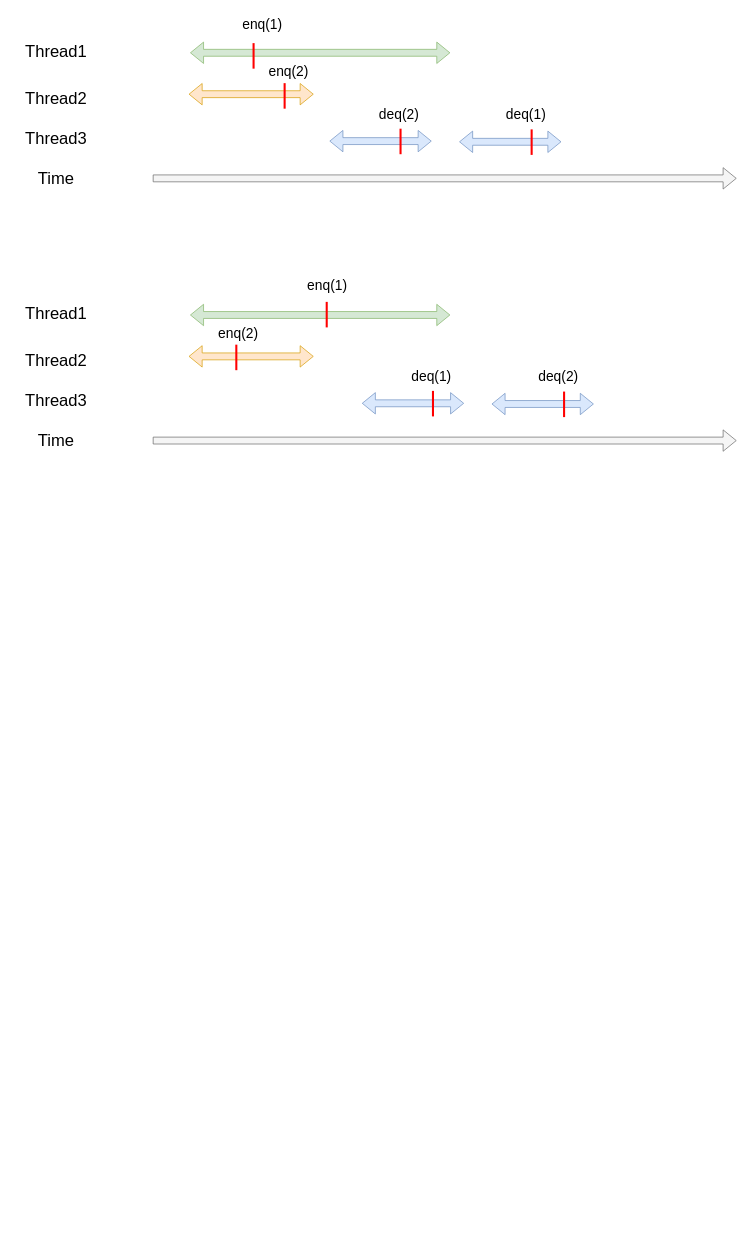
This is concurrent.drawio from happy-lx/drawio, a draw.io file, before an edit. Source tidied: cells renumbered, new cells numbered last; positions are measured from the earlier drawing's top-left corner, leaving out a move shared by most shapes. Both pictures are drawn from the tidied source at 69%, with x=0, y=0 at pixel (27, 12).
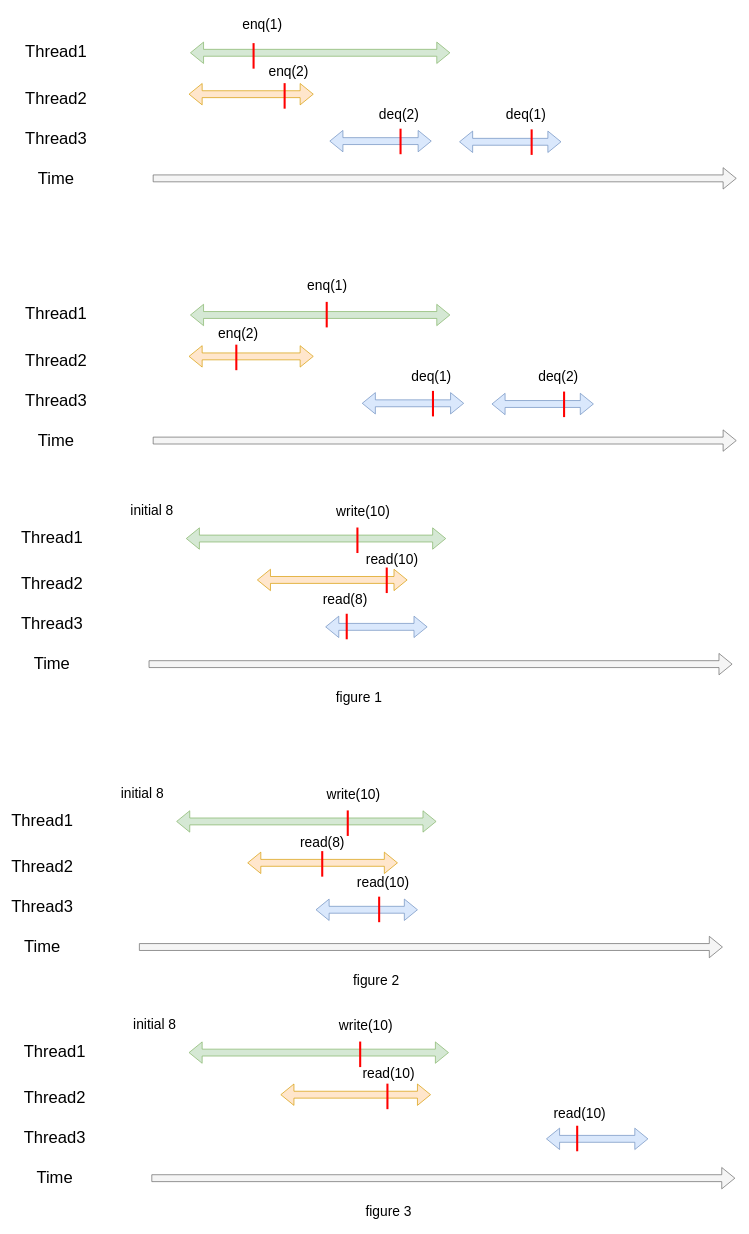
The same diagram, later.

Change to the diagram source:
```diff
@@
+    <mxCell id="36" style="shape=flexArrow;endArrow=classic;startArrow=classic;html=1;fillColor=#d5e8d4;strokeColor=#82b366;" parent="1" edge="1">
+      <mxGeometry relative="1" as="geometry">
+        <mxPoint x="230" y="763" as="sourcePoint" />
+        <mxPoint x="607" y="763" as="targetPoint" />
+      </mxGeometry>
+    </mxCell>
+    <mxCell id="37" style="shape=flexArrow;endArrow=classic;html=1;fillColor=#f5f5f5;strokeColor=#666666;" parent="1" edge="1">
+      <mxGeometry relative="1" as="geometry">
+        <mxPoint x="176" y="945" as="sourcePoint" />
+        <mxPoint x="1022" y="945" as="targetPoint" />
+      </mxGeometry>
+    </mxCell>
+    <mxCell id="38" style="shape=flexArrow;endArrow=classic;startArrow=classic;html=1;fillColor=#ffe6cc;strokeColor=#d79b00;" parent="1" edge="1">
+      <mxGeometry relative="1" as="geometry">
+        <mxPoint x="333" y="823" as="sourcePoint" />
+        <mxPoint x="551" y="823" as="targetPoint" />
+      </mxGeometry>
+    </mxCell>
+    <mxCell id="39" style="shape=flexArrow;endArrow=classic;startArrow=classic;html=1;fillColor=#dae8fc;strokeColor=#6c8ebf;" parent="1" edge="1">
+      <mxGeometry relative="1" as="geometry">
+        <mxPoint x="432" y="891" as="sourcePoint" />
+        <mxPoint x="580" y="891" as="targetPoint" />
+      </mxGeometry>
+    </mxCell>
+    <mxCell id="40" value="&lt;font style=&quot;font-size: 24px&quot;&gt;Thread1&lt;/font&gt;" style="text;html=1;strokeColor=none;fillColor=none;align=center;verticalAlign=middle;whiteSpace=wrap;rounded=0;" parent="1" vertex="1">
+      <mxGeometry x="-6" y="743" width="84" height="38" as="geometry" />
+    </mxCell>
+    <mxCell id="41" value="&lt;font style=&quot;font-size: 24px&quot;&gt;Thread2&lt;/font&gt;" style="text;html=1;strokeColor=none;fillColor=none;align=center;verticalAlign=middle;whiteSpace=wrap;rounded=0;" parent="1" vertex="1">
+      <mxGeometry x="-6" y="810" width="84" height="38" as="geometry" />
+    </mxCell>
+    <mxCell id="42" value="&lt;font style=&quot;font-size: 24px&quot;&gt;Thread3&lt;/font&gt;" style="text;html=1;strokeColor=none;fillColor=none;align=center;verticalAlign=middle;whiteSpace=wrap;rounded=0;" parent="1" vertex="1">
+      <mxGeometry x="-6" y="868" width="84" height="38" as="geometry" />
+    </mxCell>
+    <mxCell id="43" value="&lt;font style=&quot;font-size: 24px&quot;&gt;Time&lt;/font&gt;" style="text;html=1;strokeColor=none;fillColor=none;align=center;verticalAlign=middle;whiteSpace=wrap;rounded=0;" parent="1" vertex="1">
+      <mxGeometry x="-6" y="926" width="84" height="38" as="geometry" />
+    </mxCell>
+    <mxCell id="44" style="endArrow=none;html=1;fillColor=#f8cecc;strokeColor=#FF0000;strokeWidth=3;" parent="1" edge="1">
+      <mxGeometry relative="1" as="geometry">
+        <mxPoint x="521" y="842" as="sourcePoint" />
+        <mxPoint x="521" y="805" as="targetPoint" />
+      </mxGeometry>
+    </mxCell>
+    <mxCell id="45" style="endArrow=none;html=1;fillColor=#f8cecc;strokeColor=#FF0000;strokeWidth=3;" parent="1" edge="1">
+      <mxGeometry relative="1" as="geometry">
+        <mxPoint x="478.5" y="784" as="sourcePoint" />
+        <mxPoint x="478.5" y="747" as="targetPoint" />
+      </mxGeometry>
+    </mxCell>
+    <mxCell id="46" style="endArrow=none;html=1;fillColor=#f8cecc;strokeColor=#FF0000;strokeWidth=3;" parent="1" edge="1">
+      <mxGeometry relative="1" as="geometry">
+        <mxPoint x="463" y="909" as="sourcePoint" />
+        <mxPoint x="463" y="872" as="targetPoint" />
+      </mxGeometry>
+    </mxCell>
+    <mxCell id="47" value="&lt;font style=&quot;font-size: 20px&quot;&gt;write(10)&lt;/font&gt;" style="text;html=1;strokeColor=none;fillColor=none;align=center;verticalAlign=middle;whiteSpace=wrap;rounded=0;" parent="1" vertex="1">
+      <mxGeometry x="449" y="706" width="76" height="34" as="geometry" />
+    </mxCell>
+    <mxCell id="48" value="&lt;font style=&quot;font-size: 20px&quot;&gt;read(10)&lt;/font&gt;" style="text;html=1;strokeColor=none;fillColor=none;align=center;verticalAlign=middle;whiteSpace=wrap;rounded=0;" parent="1" vertex="1">
+      <mxGeometry x="491" y="776" width="76" height="34" as="geometry" />
+    </mxCell>
+    <mxCell id="49" value="&lt;font style=&quot;font-size: 20px&quot;&gt;read(8)&lt;/font&gt;" style="text;html=1;strokeColor=none;fillColor=none;align=center;verticalAlign=middle;whiteSpace=wrap;rounded=0;" parent="1" vertex="1">
+      <mxGeometry x="423" y="834" width="76" height="34" as="geometry" />
+    </mxCell>
+    <mxCell id="50" value="&lt;font style=&quot;font-size: 20px&quot;&gt;initial 8&lt;/font&gt;" style="text;html=1;strokeColor=none;fillColor=none;align=center;verticalAlign=middle;whiteSpace=wrap;rounded=0;" parent="1" vertex="1">
+      <mxGeometry x="143" y="704" width="76" height="34" as="geometry" />
+    </mxCell>
+    <mxCell id="51" style="shape=flexArrow;endArrow=classic;startArrow=classic;html=1;fillColor=#d5e8d4;strokeColor=#82b366;" parent="1" edge="1">
+      <mxGeometry relative="1" as="geometry">
+        <mxPoint x="216" y="1173" as="sourcePoint" />
+        <mxPoint x="593" y="1173" as="targetPoint" />
+      </mxGeometry>
+    </mxCell>
+    <mxCell id="52" style="shape=flexArrow;endArrow=classic;html=1;fillColor=#f5f5f5;strokeColor=#666666;" parent="1" edge="1">
+      <mxGeometry relative="1" as="geometry">
+        <mxPoint x="162" y="1355" as="sourcePoint" />
+        <mxPoint x="1008" y="1355" as="targetPoint" />
+      </mxGeometry>
+    </mxCell>
+    <mxCell id="53" style="shape=flexArrow;endArrow=classic;startArrow=classic;html=1;fillColor=#ffe6cc;strokeColor=#d79b00;" parent="1" edge="1">
+      <mxGeometry relative="1" as="geometry">
+        <mxPoint x="319" y="1233" as="sourcePoint" />
+        <mxPoint x="537" y="1233" as="targetPoint" />
+      </mxGeometry>
+    </mxCell>
+    <mxCell id="54" style="shape=flexArrow;endArrow=classic;startArrow=classic;html=1;fillColor=#dae8fc;strokeColor=#6c8ebf;" parent="1" edge="1">
+      <mxGeometry relative="1" as="geometry">
+        <mxPoint x="418" y="1301" as="sourcePoint" />
+        <mxPoint x="566" y="1301" as="targetPoint" />
+      </mxGeometry>
+    </mxCell>
+    <mxCell id="55" value="&lt;font style=&quot;font-size: 24px&quot;&gt;Thread1&lt;/font&gt;" style="text;html=1;strokeColor=none;fillColor=none;align=center;verticalAlign=middle;whiteSpace=wrap;rounded=0;" parent="1" vertex="1">
+      <mxGeometry x="-20" y="1153" width="84" height="38" as="geometry" />
+    </mxCell>
+    <mxCell id="56" value="&lt;font style=&quot;font-size: 24px&quot;&gt;Thread2&lt;/font&gt;" style="text;html=1;strokeColor=none;fillColor=none;align=center;verticalAlign=middle;whiteSpace=wrap;rounded=0;" parent="1" vertex="1">
+      <mxGeometry x="-20" y="1220" width="84" height="38" as="geometry" />
+    </mxCell>
+    <mxCell id="57" value="&lt;font style=&quot;font-size: 24px&quot;&gt;Thread3&lt;/font&gt;" style="text;html=1;strokeColor=none;fillColor=none;align=center;verticalAlign=middle;whiteSpace=wrap;rounded=0;" parent="1" vertex="1">
+      <mxGeometry x="-20" y="1278" width="84" height="38" as="geometry" />
+    </mxCell>
+    <mxCell id="58" value="&lt;font style=&quot;font-size: 24px&quot;&gt;Time&lt;/font&gt;" style="text;html=1;strokeColor=none;fillColor=none;align=center;verticalAlign=middle;whiteSpace=wrap;rounded=0;" parent="1" vertex="1">
+      <mxGeometry x="-20" y="1336" width="84" height="38" as="geometry" />
+    </mxCell>
+    <mxCell id="59" style="endArrow=none;html=1;fillColor=#f8cecc;strokeColor=#FF0000;strokeWidth=3;" parent="1" edge="1">
+      <mxGeometry relative="1" as="geometry">
+        <mxPoint x="427.5" y="1253" as="sourcePoint" />
+        <mxPoint x="427.5" y="1216" as="targetPoint" />
+        <Array as="points">
+          <mxPoint x="427.5" y="1232" />
+        </Array>
+      </mxGeometry>
+    </mxCell>
+    <mxCell id="60" style="endArrow=none;html=1;fillColor=#f8cecc;strokeColor=#FF0000;strokeWidth=3;" parent="1" edge="1">
+      <mxGeometry relative="1" as="geometry">
+        <mxPoint x="464.5" y="1194" as="sourcePoint" />
+        <mxPoint x="464.5" y="1157" as="targetPoint" />
+      </mxGeometry>
+    </mxCell>
+    <mxCell id="61" style="endArrow=none;html=1;fillColor=#f8cecc;strokeColor=#FF0000;strokeWidth=3;" parent="1" edge="1">
+      <mxGeometry relative="1" as="geometry">
+        <mxPoint x="510" y="1319" as="sourcePoint" />
+        <mxPoint x="510" y="1282" as="targetPoint" />
+      </mxGeometry>
+    </mxCell>
+    <mxCell id="62" value="&lt;font style=&quot;font-size: 20px&quot;&gt;write(10)&lt;/font&gt;" style="text;html=1;strokeColor=none;fillColor=none;align=center;verticalAlign=middle;whiteSpace=wrap;rounded=0;" parent="1" vertex="1">
+      <mxGeometry x="435" y="1116" width="76" height="34" as="geometry" />
+    </mxCell>
+    <mxCell id="63" value="&lt;font style=&quot;font-size: 20px&quot;&gt;read(8)&lt;/font&gt;" style="text;html=1;strokeColor=none;fillColor=none;align=center;verticalAlign=middle;whiteSpace=wrap;rounded=0;" parent="1" vertex="1">
+      <mxGeometry x="390" y="1186" width="76" height="34" as="geometry" />
+    </mxCell>
+    <mxCell id="64" value="&lt;font style=&quot;font-size: 20px&quot;&gt;read(10)&lt;/font&gt;" style="text;html=1;strokeColor=none;fillColor=none;align=center;verticalAlign=middle;whiteSpace=wrap;rounded=0;" parent="1" vertex="1">
+      <mxGeometry x="478" y="1244" width="76" height="34" as="geometry" />
+    </mxCell>
+    <mxCell id="65" value="&lt;font style=&quot;font-size: 20px&quot;&gt;initial 8&lt;/font&gt;" style="text;html=1;strokeColor=none;fillColor=none;align=center;verticalAlign=middle;whiteSpace=wrap;rounded=0;" parent="1" vertex="1">
+      <mxGeometry x="129" y="1114" width="76" height="34" as="geometry" />
+    </mxCell>
+    <mxCell id="66" value="&lt;span style=&quot;font-size: 20px&quot;&gt;figure 1&lt;/span&gt;" style="text;html=1;strokeColor=none;fillColor=none;align=center;verticalAlign=middle;whiteSpace=wrap;rounded=0;" parent="1" vertex="1">
+      <mxGeometry x="443" y="975" width="76" height="34" as="geometry" />
+    </mxCell>
+    <mxCell id="67" value="&lt;span style=&quot;font-size: 20px&quot;&gt;figure 2&lt;/span&gt;" style="text;html=1;strokeColor=none;fillColor=none;align=center;verticalAlign=middle;whiteSpace=wrap;rounded=0;" parent="1" vertex="1">
+      <mxGeometry x="468" y="1385" width="76" height="34" as="geometry" />
+    </mxCell>
+    <mxCell id="68" style="shape=flexArrow;endArrow=classic;startArrow=classic;html=1;fillColor=#d5e8d4;strokeColor=#82b366;" parent="1" edge="1">
+      <mxGeometry relative="1" as="geometry">
+        <mxPoint x="234" y="1508" as="sourcePoint" />
+        <mxPoint x="611" y="1508" as="targetPoint" />
+      </mxGeometry>
+    </mxCell>
+    <mxCell id="69" style="shape=flexArrow;endArrow=classic;html=1;fillColor=#f5f5f5;strokeColor=#666666;" parent="1" edge="1">
+      <mxGeometry relative="1" as="geometry">
+        <mxPoint x="180" y="1690" as="sourcePoint" />
+        <mxPoint x="1026" y="1690" as="targetPoint" />
+      </mxGeometry>
+    </mxCell>
+    <mxCell id="70" style="shape=flexArrow;endArrow=classic;startArrow=classic;html=1;fillColor=#ffe6cc;strokeColor=#d79b00;" parent="1" edge="1">
+      <mxGeometry relative="1" as="geometry">
+        <mxPoint x="367" y="1569" as="sourcePoint" />
+        <mxPoint x="585" y="1569" as="targetPoint" />
+      </mxGeometry>
+    </mxCell>
+    <mxCell id="71" style="shape=flexArrow;endArrow=classic;startArrow=classic;html=1;fillColor=#dae8fc;strokeColor=#6c8ebf;" parent="1" edge="1">
+      <mxGeometry relative="1" as="geometry">
+        <mxPoint x="752" y="1633" as="sourcePoint" />
+        <mxPoint x="900" y="1633" as="targetPoint" />
+      </mxGeometry>
+    </mxCell>
+    <mxCell id="72" value="&lt;font style=&quot;font-size: 24px&quot;&gt;Thread1&lt;/font&gt;" style="text;html=1;strokeColor=none;fillColor=none;align=center;verticalAlign=middle;whiteSpace=wrap;rounded=0;" parent="1" vertex="1">
+      <mxGeometry x="-2" y="1488" width="84" height="38" as="geometry" />
+    </mxCell>
+    <mxCell id="73" value="&lt;font style=&quot;font-size: 24px&quot;&gt;Thread2&lt;/font&gt;" style="text;html=1;strokeColor=none;fillColor=none;align=center;verticalAlign=middle;whiteSpace=wrap;rounded=0;" parent="1" vertex="1">
+      <mxGeometry x="-2" y="1555" width="84" height="38" as="geometry" />
+    </mxCell>
+    <mxCell id="74" value="&lt;font style=&quot;font-size: 24px&quot;&gt;Thread3&lt;/font&gt;" style="text;html=1;strokeColor=none;fillColor=none;align=center;verticalAlign=middle;whiteSpace=wrap;rounded=0;" parent="1" vertex="1">
+      <mxGeometry x="-2" y="1613" width="84" height="38" as="geometry" />
+    </mxCell>
+    <mxCell id="75" value="&lt;font style=&quot;font-size: 24px&quot;&gt;Time&lt;/font&gt;" style="text;html=1;strokeColor=none;fillColor=none;align=center;verticalAlign=middle;whiteSpace=wrap;rounded=0;" parent="1" vertex="1">
+      <mxGeometry x="-2" y="1671" width="84" height="38" as="geometry" />
+    </mxCell>
+    <mxCell id="76" style="endArrow=none;html=1;fillColor=#f8cecc;strokeColor=#FF0000;strokeWidth=3;" parent="1" edge="1">
+      <mxGeometry relative="1" as="geometry">
+        <mxPoint x="522" y="1590" as="sourcePoint" />
+        <mxPoint x="522" y="1553" as="targetPoint" />
+        <Array as="points">
+          <mxPoint x="522" y="1569" />
+        </Array>
+      </mxGeometry>
+    </mxCell>
+    <mxCell id="77" style="endArrow=none;html=1;fillColor=#f8cecc;strokeColor=#FF0000;strokeWidth=3;" parent="1" edge="1">
+      <mxGeometry relative="1" as="geometry">
+        <mxPoint x="482.5" y="1529" as="sourcePoint" />
+        <mxPoint x="482.5" y="1492" as="targetPoint" />
+      </mxGeometry>
+    </mxCell>
+    <mxCell id="78" style="endArrow=none;html=1;fillColor=#f8cecc;strokeColor=#FF0000;strokeWidth=3;" parent="1" edge="1">
+      <mxGeometry relative="1" as="geometry">
+        <mxPoint x="797" y="1651" as="sourcePoint" />
+        <mxPoint x="797" y="1614" as="targetPoint" />
+      </mxGeometry>
+    </mxCell>
+    <mxCell id="79" value="&lt;font style=&quot;font-size: 20px&quot;&gt;write(10)&lt;/font&gt;" style="text;html=1;strokeColor=none;fillColor=none;align=center;verticalAlign=middle;whiteSpace=wrap;rounded=0;" parent="1" vertex="1">
+      <mxGeometry x="453" y="1451" width="76" height="34" as="geometry" />
+    </mxCell>
+    <mxCell id="80" value="&lt;font style=&quot;font-size: 20px&quot;&gt;read(10)&lt;/font&gt;" style="text;html=1;strokeColor=none;fillColor=none;align=center;verticalAlign=middle;whiteSpace=wrap;rounded=0;" parent="1" vertex="1">
+      <mxGeometry x="486" y="1521" width="76" height="34" as="geometry" />
+    </mxCell>
+    <mxCell id="81" value="&lt;font style=&quot;font-size: 20px&quot;&gt;read(10)&lt;/font&gt;" style="text;html=1;strokeColor=none;fillColor=none;align=center;verticalAlign=middle;whiteSpace=wrap;rounded=0;" parent="1" vertex="1">
+      <mxGeometry x="763" y="1579" width="76" height="34" as="geometry" />
+    </mxCell>
+    <mxCell id="82" value="&lt;font style=&quot;font-size: 20px&quot;&gt;initial 8&lt;/font&gt;" style="text;html=1;strokeColor=none;fillColor=none;align=center;verticalAlign=middle;whiteSpace=wrap;rounded=0;" parent="1" vertex="1">
+      <mxGeometry x="147" y="1449" width="76" height="34" as="geometry" />
+    </mxCell>
+    <mxCell id="83" value="&lt;span style=&quot;font-size: 20px&quot;&gt;figure 3&lt;/span&gt;" style="text;html=1;strokeColor=none;fillColor=none;align=center;verticalAlign=middle;whiteSpace=wrap;rounded=0;" parent="1" vertex="1">
+      <mxGeometry x="486" y="1720" width="76" height="34" as="geometry" />
+    </mxCell>
```
